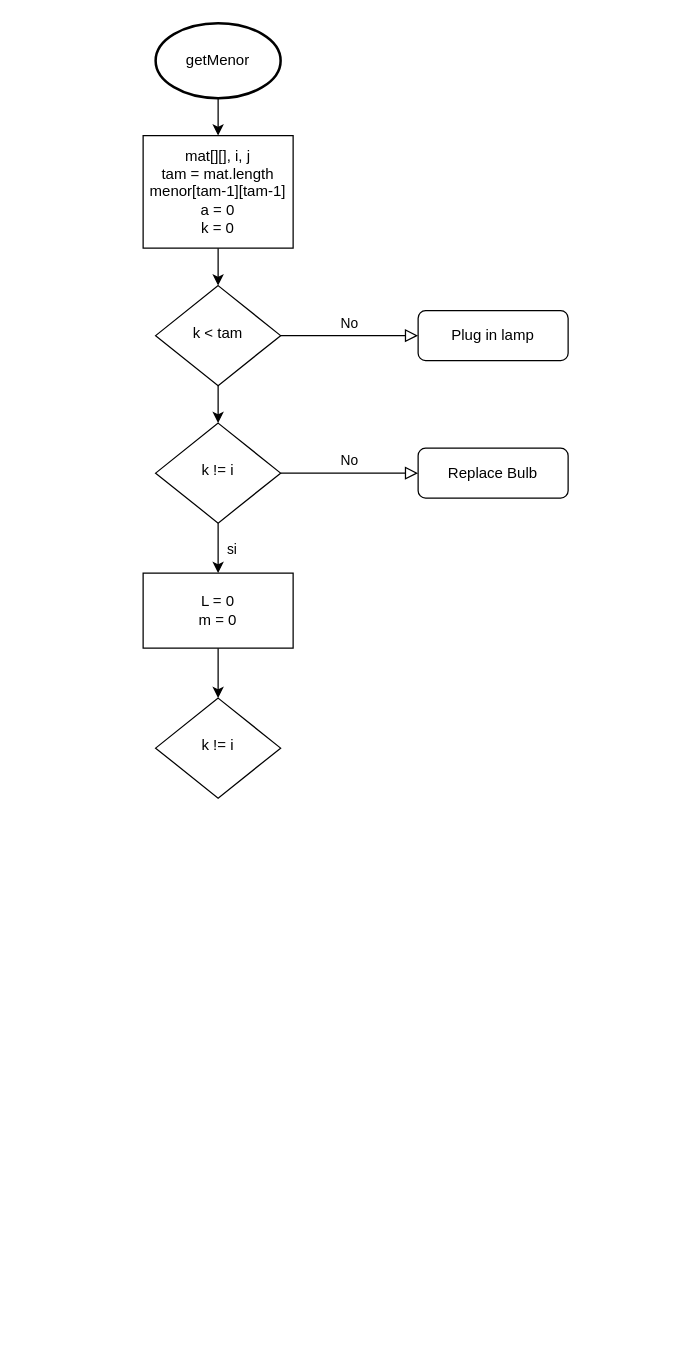
The draw.io diagram recursos visuales/Diagrama sin título.drawio in AndresDGM/PI_SmartApp, before the edit. Source tidied: cells renumbered, new cells numbered last; positions are measured from the earlier drawing's top-left corner, leaving out a move shared by most shapes. Both pictures are drawn from the tidied source at 125%, with x=0, y=0 at pixel (142, 22).
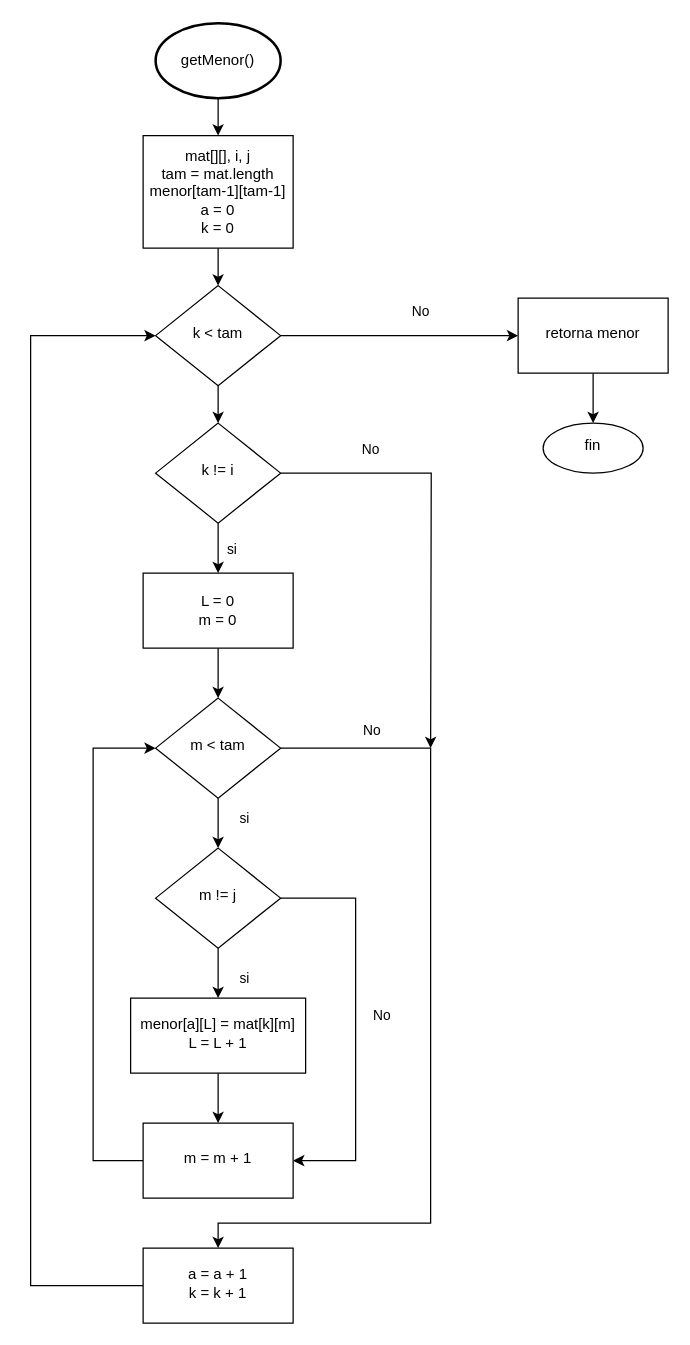
After the change.

Unchanged cells that the change refers to:
```xml
<mxCell id="4" value="k &amp;lt; tam" style="rhombus;whiteSpace=wrap;html=1;shadow=0;fontFamily=Helvetica;fontSize=12;align=center;strokeWidth=1;spacing=6;spacingTop=-4;" parent="1" vertex="1">
  <mxGeometry x="10" y="210" width="100" height="80" as="geometry" />
</mxCell>
<mxCell id="9" value="k != i" style="rhombus;whiteSpace=wrap;html=1;shadow=0;fontFamily=Helvetica;fontSize=12;align=center;strokeWidth=1;spacing=6;spacingTop=-4;" parent="1" vertex="1">
  <mxGeometry x="10" y="320" width="100" height="80" as="geometry" />
</mxCell>
```

What changed in the source:
```diff
@@
-    <mxCell id="2" value="No" style="edgeStyle=orthogonalEdgeStyle;rounded=0;html=1;jettySize=auto;fontSize=11;endArrow=block;endFill=0;endSize=8;strokeWidth=1;shadow=0;labelBackgroundColor=none;" parent="1" edge="1" source="4" target="5">
-      <mxGeometry y="10" relative="1" as="geometry" />
-    </mxCell>
@@
+    <mxCell id="18" style="edgeStyle=orthogonalEdgeStyle;rounded=0;jettySize=auto;html=1;" parent="1" edge="1" source="4" target="38">
+      <mxGeometry relative="1" as="geometry" />
+    </mxCell>
+    <mxCell id="19" value="No" style="edgeLabel;html=1;align=center;verticalAlign=middle;" parent="18" vertex="1">
+      <mxGeometry x="0.17" y="1" relative="1" as="geometry">
+        <mxPoint y="-19" as="offset" />
+      </mxGeometry>
+    </mxCell>
@@
-    <mxCell id="5" value="Plug in lamp" style="rounded=1;whiteSpace=wrap;html=1;fontSize=12;glass=0;strokeWidth=1;shadow=0;" parent="1" vertex="1">
-      <mxGeometry x="220" y="230" width="120" height="40" as="geometry" />
-    </mxCell>
-    <mxCell id="6" value="No" style="edgeStyle=orthogonalEdgeStyle;rounded=0;html=1;jettySize=auto;fontSize=11;endArrow=block;endFill=0;endSize=8;strokeWidth=1;shadow=0;labelBackgroundColor=none;" parent="1" edge="1" source="9" target="10">
-      <mxGeometry y="10" relative="1" as="geometry" />
-    </mxCell>
@@
+    <mxCell id="20" style="edgeStyle=orthogonalEdgeStyle;rounded=0;jettySize=auto;html=1;exitX=1;exitY=0.5;exitDx=0;exitDy=0;" parent="1" edge="1" source="9">
+      <mxGeometry relative="1" as="geometry">
+        <mxPoint x="230" y="580" as="targetPoint" />
+      </mxGeometry>
+    </mxCell>
+    <mxCell id="21" value="No" style="edgeLabel;html=1;align=center;verticalAlign=middle;" parent="20" vertex="1">
+      <mxGeometry x="-0.71" y="-1" relative="1" as="geometry">
+        <mxPoint x="22" y="-21" as="offset" />
+      </mxGeometry>
+    </mxCell>
@@
-    <mxCell id="10" value="Replace Bulb" style="rounded=1;whiteSpace=wrap;html=1;fontSize=12;glass=0;strokeWidth=1;shadow=0;" parent="1" vertex="1">
-      <mxGeometry x="220" y="340" width="120" height="40" as="geometry" />
-    </mxCell>
@@
-    <mxCell id="14" value="getMenor" style="strokeWidth=2;html=1;shape=mxgraph.flowchart.start_1;whiteSpace=wrap;" parent="1" vertex="1">
+    <mxCell id="14" value="getMenor()" style="strokeWidth=2;html=1;shape=mxgraph.flowchart.start_1;whiteSpace=wrap;" parent="1" vertex="1">
       <mxGeometry x="10" width="100" height="60" as="geometry" />
     </mxCell>
@@
+    <mxCell id="22" style="edgeStyle=orthogonalEdgeStyle;rounded=0;jettySize=auto;html=1;" parent="1" edge="1" source="17" target="30">
+      <mxGeometry relative="1" as="geometry" />
+    </mxCell>
+    <mxCell id="23" value="si" style="edgeLabel;html=1;align=center;verticalAlign=middle;" parent="22" vertex="1">
+      <mxGeometry x="-0.27" y="2" relative="1" as="geometry">
+        <mxPoint x="18" as="offset" />
+      </mxGeometry>
+    </mxCell>
+    <mxCell id="24" style="edgeStyle=orthogonalEdgeStyle;rounded=0;jettySize=auto;html=1;" parent="1" edge="1" source="17" target="36">
+      <mxGeometry relative="1" as="geometry">
+        <Array as="points">
+          <mxPoint x="230" y="580" />
+          <mxPoint x="230" y="960" />
+          <mxPoint x="60" y="960" />
+        </Array>
+      </mxGeometry>
+    </mxCell>
+    <mxCell id="25" value="No" style="edgeLabel;html=1;align=center;verticalAlign=middle;" parent="24" vertex="1">
+      <mxGeometry x="-0.79" y="4" relative="1" as="geometry">
+        <mxPoint y="-11" as="offset" />
+      </mxGeometry>
+    </mxCell>
-    <mxCell id="17" value="k != i" style="rhombus;whiteSpace=wrap;html=1;shadow=0;fontFamily=Helvetica;fontSize=12;align=center;strokeWidth=1;spacing=6;spacingTop=-4;" parent="1" vertex="1">
+    <mxCell id="17" value="m &amp;lt; tam" style="rhombus;whiteSpace=wrap;html=1;shadow=0;fontFamily=Helvetica;fontSize=12;align=center;strokeWidth=1;spacing=6;spacingTop=-4;" parent="1" vertex="1">
       <mxGeometry x="10" y="540" width="100" height="80" as="geometry" />
     </mxCell>
+    <mxCell id="26" style="edgeStyle=orthogonalEdgeStyle;rounded=0;jettySize=auto;html=1;entryX=0.5;entryY=0;entryDx=0;entryDy=0;" parent="1" edge="1" source="30" target="32">
+      <mxGeometry relative="1" as="geometry" />
+    </mxCell>
+    <mxCell id="27" value="si" style="edgeLabel;html=1;align=center;verticalAlign=middle;" parent="26" vertex="1">
+      <mxGeometry x="-0.16" relative="1" as="geometry">
+        <mxPoint x="20" y="6" as="offset" />
+      </mxGeometry>
+    </mxCell>
+    <mxCell id="28" style="edgeStyle=orthogonalEdgeStyle;rounded=0;jettySize=auto;html=1;exitX=1;exitY=0.5;exitDx=0;exitDy=0;entryX=1;entryY=0.5;entryDx=0;entryDy=0;" parent="1" edge="1" source="30" target="34">
+      <mxGeometry relative="1" as="geometry">
+        <Array as="points">
+          <mxPoint x="170" y="700" />
+          <mxPoint x="170" y="910" />
+        </Array>
+      </mxGeometry>
+    </mxCell>
+    <mxCell id="29" value="No" style="edgeLabel;html=1;align=center;verticalAlign=middle;" parent="28" vertex="1">
+      <mxGeometry x="-0.04" y="5" relative="1" as="geometry">
+        <mxPoint x="15" y="-1" as="offset" />
+      </mxGeometry>
+    </mxCell>
+    <mxCell id="30" value="m != j" style="rhombus;whiteSpace=wrap;html=1;shadow=0;fontFamily=Helvetica;fontSize=12;align=center;strokeWidth=1;spacing=6;spacingTop=-4;" parent="1" vertex="1">
+      <mxGeometry x="10" y="660" width="100" height="80" as="geometry" />
+    </mxCell>
+    <mxCell id="31" style="edgeStyle=orthogonalEdgeStyle;rounded=0;jettySize=auto;html=1;" parent="1" edge="1" source="32" target="34">
+      <mxGeometry relative="1" as="geometry" />
+    </mxCell>
+    <mxCell id="32" value="menor[a][L] = mat[k][m]&lt;br&gt;L = L + 1" style="whiteSpace=wrap;html=1;shadow=0;strokeWidth=1;spacing=6;spacingTop=-4;" parent="1" vertex="1">
+      <mxGeometry x="-10" y="780" width="140" height="60" as="geometry" />
+    </mxCell>
+    <mxCell id="33" style="edgeStyle=orthogonalEdgeStyle;rounded=0;jettySize=auto;html=1;exitX=0;exitY=0.5;exitDx=0;exitDy=0;entryX=0;entryY=0.5;entryDx=0;entryDy=0;" parent="1" edge="1" source="34" target="17">
+      <mxGeometry relative="1" as="geometry">
+        <Array as="points">
+          <mxPoint x="-40" y="910" />
+          <mxPoint x="-40" y="580" />
+        </Array>
+      </mxGeometry>
+    </mxCell>
+    <mxCell id="34" value="m = m + 1" style="whiteSpace=wrap;html=1;shadow=0;strokeWidth=1;spacing=6;spacingTop=-4;" parent="1" vertex="1">
+      <mxGeometry y="880" width="120" height="60" as="geometry" />
+    </mxCell>
+    <mxCell id="35" style="edgeStyle=orthogonalEdgeStyle;rounded=0;jettySize=auto;html=1;exitX=0;exitY=0.5;exitDx=0;exitDy=0;entryX=0;entryY=0.5;entryDx=0;entryDy=0;" parent="1" edge="1" source="36" target="4">
+      <mxGeometry relative="1" as="geometry">
+        <Array as="points">
+          <mxPoint x="-90" y="1010" />
+          <mxPoint x="-90" y="250" />
+        </Array>
+      </mxGeometry>
+    </mxCell>
+    <mxCell id="36" value="a = a + 1&lt;br&gt;k = k + 1" style="whiteSpace=wrap;html=1;shadow=0;strokeWidth=1;spacing=6;spacingTop=-4;" parent="1" vertex="1">
+      <mxGeometry y="980" width="120" height="60" as="geometry" />
+    </mxCell>
+    <mxCell id="37" style="edgeStyle=orthogonalEdgeStyle;rounded=0;jettySize=auto;html=1;" parent="1" edge="1" source="38" target="39">
+      <mxGeometry relative="1" as="geometry" />
+    </mxCell>
+    <mxCell id="38" value="retorna menor" style="whiteSpace=wrap;html=1;shadow=0;strokeWidth=1;spacing=6;spacingTop=-4;" parent="1" vertex="1">
+      <mxGeometry x="300" y="220" width="120" height="60" as="geometry" />
+    </mxCell>
+    <mxCell id="39" value="fin" style="ellipse;whiteSpace=wrap;html=1;shadow=0;strokeWidth=1;spacing=6;spacingTop=-4;" parent="1" vertex="1">
+      <mxGeometry x="320" y="320" width="80" height="40" as="geometry" />
+    </mxCell>
```
